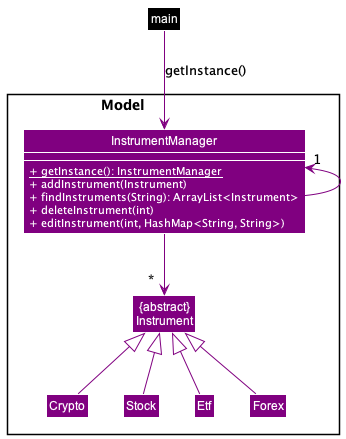
theodorekwok/tp keeps this PlantUML diagram as docs/images/ModelDiagram.png. Above is the earlier version.
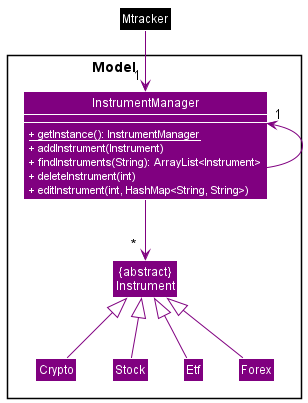
Above is the later version.

What changed in the source:
```diff
@@ -18,8 +18,8 @@
 
 show InstrumentManager members
 
-Class main COLOR_MAIN
-main -down[COLOR_MODEL]-> InstrumentManager: getInstance()
+Class Mtracker COLOR_MAIN
+Mtracker -down[COLOR_MODEL]-> "             1" InstrumentManager
 InstrumentManager -up[COLOR_MODEL]-> "1"InstrumentManager
 Crypto -up[COLOR_MODEL]-|>Instrument
 Stock -up[COLOR_MODEL]-|>Instrument
```
